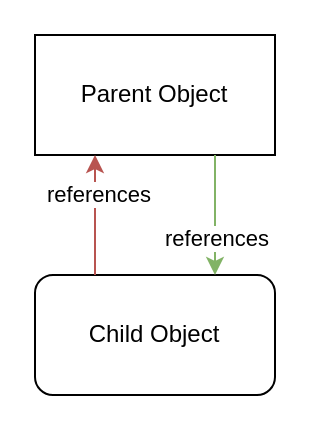
The draw.io diagram page "Page-1" (1 of 2) of Untitled Diagram.drawio in flowinho/diagrams, before the edit. Source tidied: cells renumbered, new cells numbered last; positions are measured from the earlier drawing's top-left corner, leaving out a move shared by most shapes. Both pictures are drawn from the tidied source at 200%, with x=0, y=0 at pixel (34, 34).
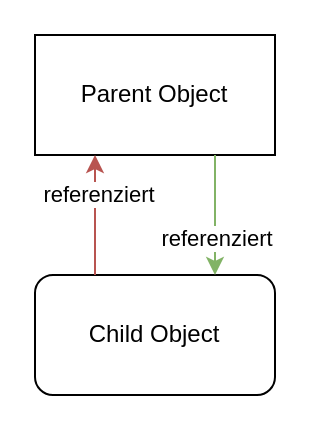
Above is the later version.

Commit message:
Memory Management in Swift

The edit, as a diff of the source:
```diff
@@
 <mxGraphModel>
   <root>
     <mxCell id="0" />
     <mxCell id="1" parent="0" />
     <mxCell id="2" value="Parent Object" style="rounded=0;whiteSpace=wrap;html=1;" parent="1" vertex="1">
       <mxGeometry width="120" height="60" as="geometry" />
     </mxCell>
     <mxCell id="3" value="Child Object" style="rounded=1;whiteSpace=wrap;html=1;" parent="1" vertex="1">
       <mxGeometry y="120" width="120" height="60" as="geometry" />
     </mxCell>
     <mxCell id="4" style="endArrow=classic;html=1;rounded=0;exitX=0.75;exitY=1;exitDx=0;exitDy=0;entryX=0.75;entryY=0;entryDx=0;entryDy=0;fillColor=#d5e8d4;strokeColor=#82b366;" parent="1" edge="1" source="2" target="3">
       <mxGeometry relative="1" as="geometry" />
     </mxCell>
-    <mxCell id="5" value="references" style="edgeLabel;html=1;align=center;verticalAlign=middle;" parent="4" vertex="1">
+    <mxCell id="5" value="referenziert" style="edgeLabel;html=1;align=center;verticalAlign=middle;" parent="4" vertex="1">
       <mxGeometry x="0.37" relative="1" as="geometry" />
     </mxCell>
     <mxCell id="6" style="endArrow=classic;html=1;rounded=0;entryX=0.25;entryY=1;entryDx=0;entryDy=0;exitX=0.25;exitY=0;exitDx=0;exitDy=0;fillColor=#f8cecc;strokeColor=#b85450;" parent="1" edge="1" source="3" target="2">
       <mxGeometry relative="1" as="geometry" />
     </mxCell>
-    <mxCell id="7" value="references" style="edgeLabel;html=1;align=center;verticalAlign=middle;" parent="6" vertex="1">
+    <mxCell id="7" value="referenziert" style="edgeLabel;html=1;align=center;verticalAlign=middle;" parent="6" vertex="1">
       <mxGeometry x="0.37" y="-1" relative="1" as="geometry" />
     </mxCell>
   </root>
 </mxGraphModel>
```
